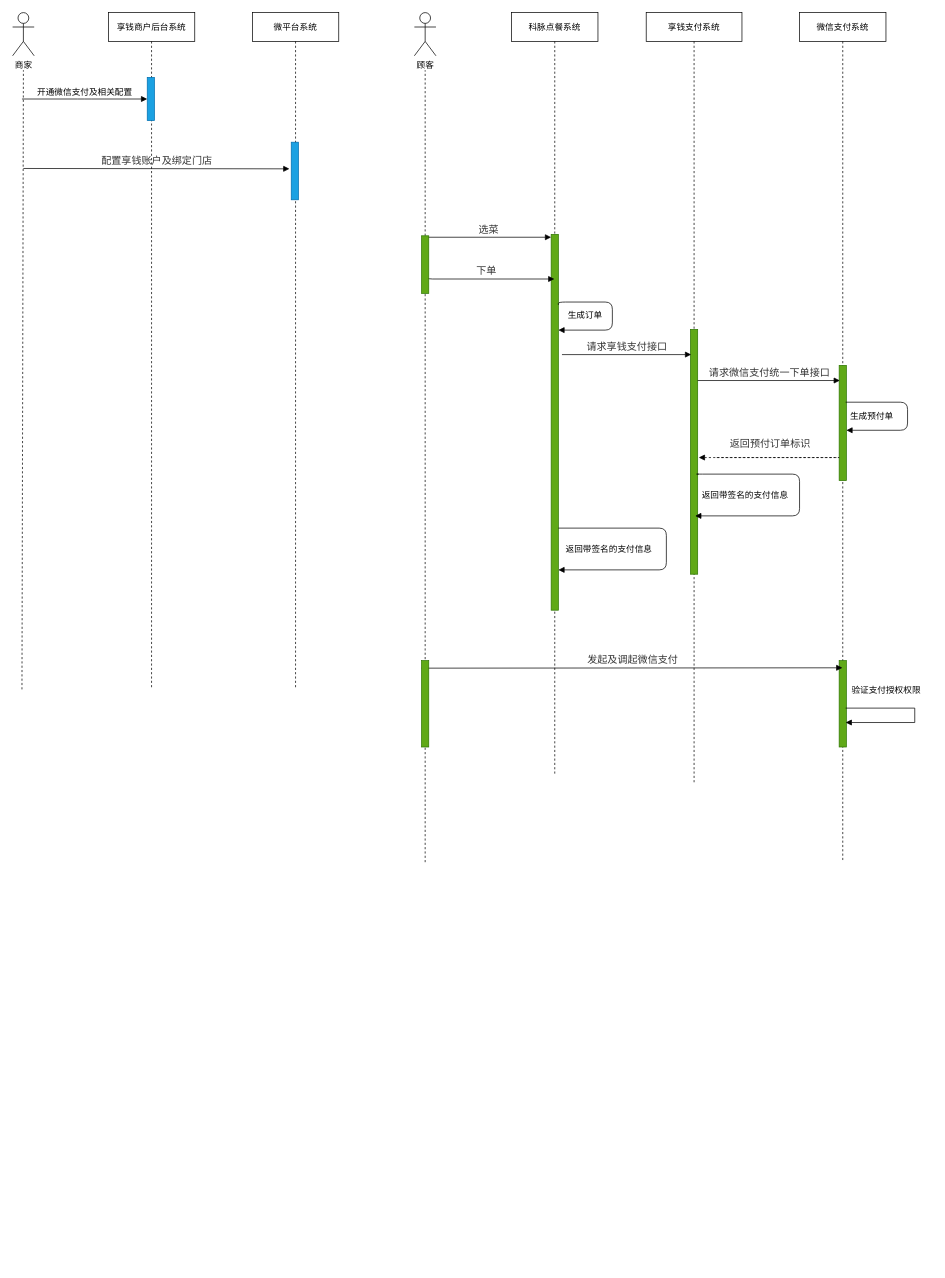
Above: Kemai/享钱支付顺序图.drawio in noobwu/diagrams (draw.io), before the change. Source tidied: cells renumbered, new cells numbered last; positions are measured from the earlier drawing's top-left corner, leaving out a move shared by most shapes. Both pictures are drawn from the tidied source at 72%, with x=0, y=0 at pixel (12, 12).
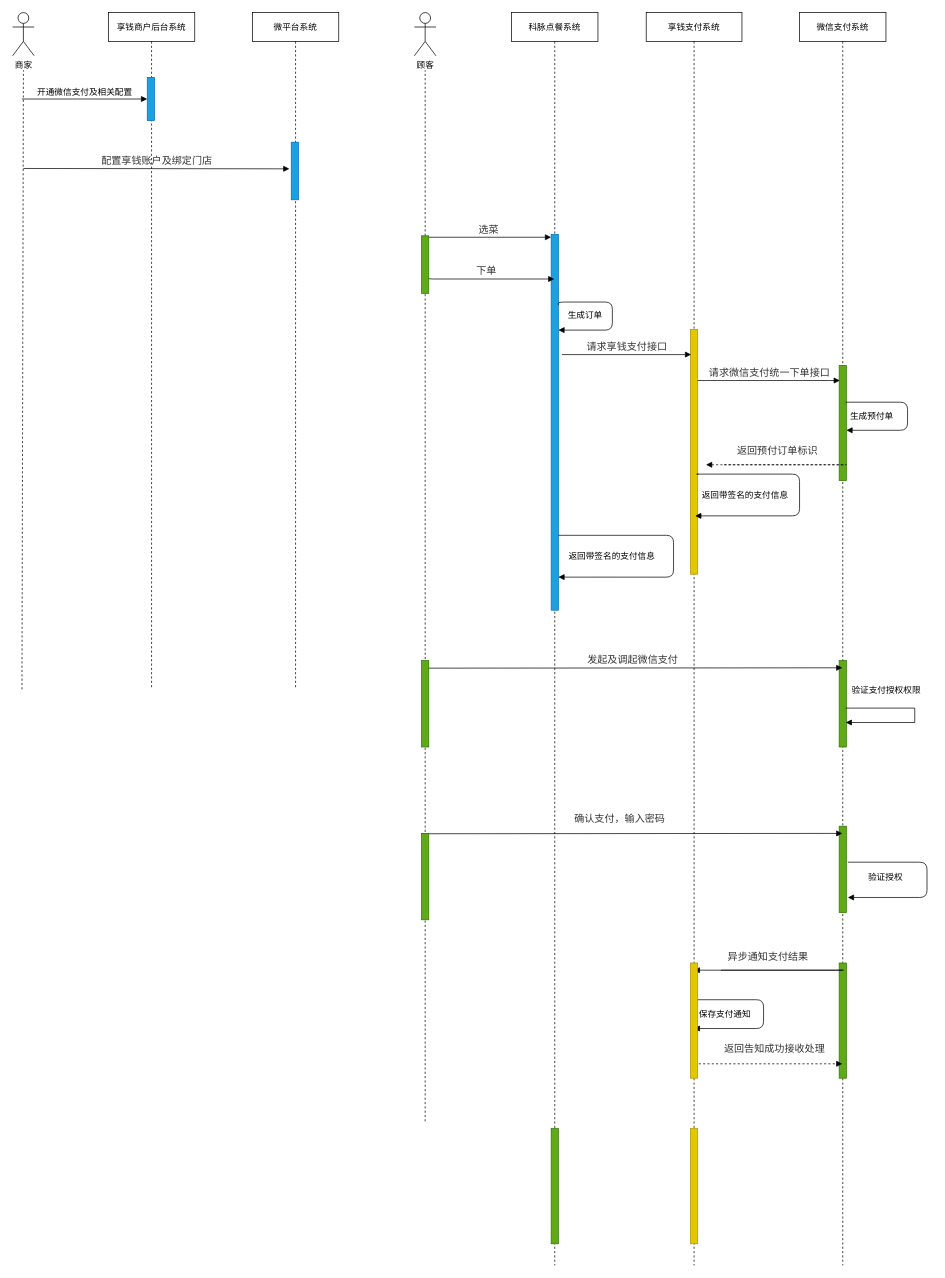
The same diagram, later.

Commit message (it also covers changes not shown here):
更新享钱支付顺序图.drawio

The change refers to these unchanged cells:
```xml
<mxCell id="18" style="html=1;points=[];perimeter=orthogonalPerimeter;fillColor=#60a917;strokeColor=#2D7600;fontColor=#ffffff;" parent="1" vertex="1">
  <mxGeometry x="568" y="310" width="10" height="80" as="geometry" />
</mxCell>
```

What changed in the source:
```diff
@@
     <mxCell id="4" value="科脉点餐系统" style="shape=umlLifeline;perimeter=lifelinePerimeter;whiteSpace=wrap;html=1;outlineConnect=0;" parent="1" vertex="1">
-      <mxGeometry x="693" width="120" height="1060" as="geometry" />
+      <mxGeometry x="693" width="120" height="1740" as="geometry" />
     </mxCell>
-    <mxCell id="5" style="html=1;points=[];perimeter=orthogonalPerimeter;fillColor=#60a917;strokeColor=#2D7600;fontColor=#ffffff;" parent="4" vertex="1">
+    <mxCell id="5" style="html=1;points=[];perimeter=orthogonalPerimeter;fillColor=#1ba1e2;strokeColor=#006EAF;fontColor=#ffffff;" parent="4" vertex="1">
       <mxGeometry x="55" y="308" width="10" height="522" as="geometry" />
     </mxCell>
-    <mxCell id="6" value="返回带签名的支付信息" style="html=1;verticalAlign=bottom;endArrow=block;labelBackgroundColor=#ffffff;fontFamily=Verdana;fontSize=12;elbow=vertical;edgeStyle=orthogonalEdgeStyle;rounded=1;" parent="4" edge="1">
-      <mxGeometry x="0.61" y="-19" relative="1" as="geometry">
-        <mxPoint x="65" y="716" as="sourcePoint" />
-        <mxPoint x="65" y="774" as="targetPoint" />
-        <Array as="points">
-          <mxPoint x="65" y="716" />
-          <mxPoint x="215" y="716" />
-          <mxPoint x="215" y="774" />
-        </Array>
-      </mxGeometry>
-    </mxCell>
@@
+    <mxCell id="33" style="html=1;perimeter=orthogonalPerimeter;fillColor=#60a917;strokeColor=#2D7600;fontColor=#ffffff;" parent="4" vertex="1">
+      <mxGeometry x="55" y="1550" width="10" height="160" as="geometry" />
+    </mxCell>
+    <mxCell id="34" value="返回带签名的支付信息" style="html=1;verticalAlign=bottom;endArrow=block;labelBackgroundColor=#ffffff;fontFamily=Verdana;fontSize=12;elbow=vertical;edgeStyle=orthogonalEdgeStyle;rounded=1;entryX=1;entryY=0.912;entryDx=0;entryDy=0;entryPerimeter=0;" parent="4" edge="1" source="5" target="5">
+      <mxGeometry x="0.61" y="-19" relative="1" as="geometry">
+        <Array as="points">
+          <mxPoint x="225" y="726" />
+          <mxPoint x="225" y="784" />
+        </Array>
+      </mxGeometry>
+    </mxCell>
@@
     <mxCell id="19" style="endArrow=none;dashed=1;html=1;" parent="1" edge="1" target="18">
       <mxGeometry relative="1" as="geometry">
-        <mxPoint x="573" y="1180" as="sourcePoint" />
+        <mxPoint x="573" y="1540" as="sourcePoint" />
       </mxGeometry>
     </mxCell>
     <mxCell id="20" value="微信支付系统" style="shape=umlLifeline;perimeter=lifelinePerimeter;whiteSpace=wrap;html=1;outlineConnect=0;" parent="1" vertex="1">
-      <mxGeometry x="1093" width="120" height="1180" as="geometry" />
+      <mxGeometry x="1093" width="120" height="1740" as="geometry" />
     </mxCell>
@@
+    <mxCell id="35" style="html=1;perimeter=orthogonalPerimeter;fillColor=#60a917;strokeColor=#2D7600;fontColor=#ffffff;" parent="20" vertex="1">
+      <mxGeometry x="55" y="1130" width="10" height="120" as="geometry" />
+    </mxCell>
+    <mxCell id="36" style="html=1;perimeter=orthogonalPerimeter;fillColor=#60a917;strokeColor=#2D7600;fontColor=#ffffff;" parent="20" vertex="1">
+      <mxGeometry x="55" y="1320" width="10" height="160" as="geometry" />
+    </mxCell>
     <mxCell id="24" value="享钱支付系统" style="shape=umlLifeline;perimeter=lifelinePerimeter;whiteSpace=wrap;html=1;outlineConnect=0;" parent="1" vertex="1">
-      <mxGeometry x="880" width="133" height="1070" as="geometry" />
+      <mxGeometry x="880" width="133" height="1740" as="geometry" />
     </mxCell>
-    <mxCell id="25" style="html=1;points=[];perimeter=orthogonalPerimeter;fillColor=#60a917;strokeColor=#2D7600;fontColor=#ffffff;" parent="24" vertex="1">
+    <mxCell id="25" style="html=1;points=[];perimeter=orthogonalPerimeter;fillColor=#e3c800;strokeColor=#B09500;fontColor=#ffffff;" parent="24" vertex="1">
       <mxGeometry x="61.5" y="440" width="10" height="340" as="geometry" />
     </mxCell>
+    <mxCell id="37" style="html=1;perimeter=orthogonalPerimeter;fillColor=#e3c800;strokeColor=#B09500;fontColor=#ffffff;" parent="24" vertex="1">
+      <mxGeometry x="61.5" y="1550" width="10" height="160" as="geometry" />
+    </mxCell>
@@
-    <mxCell id="30" value="&lt;div style=&quot;text-align: left&quot;&gt;&lt;font color=&quot;#333333&quot;&gt;&lt;span style=&quot;font-size: 14px&quot;&gt;返回预付订单标识&lt;/span&gt;&lt;/font&gt;&lt;/div&gt;" style="html=1;verticalAlign=bottom;endArrow=block;labelBackgroundColor=none;fontFamily=Verdana;fontSize=12;edgeStyle=elbowEdgeStyle;elbow=vertical;dashed=1;" parent="1" edge="1">
+    <mxCell id="30" value="&lt;div style=&quot;text-align: left&quot;&gt;&lt;font color=&quot;#333333&quot;&gt;&lt;span style=&quot;font-size: 14px&quot;&gt;异步通知支付结果&lt;/span&gt;&lt;/font&gt;&lt;/div&gt;" style="html=1;verticalAlign=bottom;endArrow=block;labelBackgroundColor=none;fontFamily=Verdana;fontSize=12;edgeStyle=elbowEdgeStyle;elbow=vertical;" parent="1" edge="1" target="24">
       <mxGeometry x="0.47" y="-8" relative="1" as="geometry">
-        <mxPoint x="978" y="618" as="sourcePoint" />
-        <mxPoint x="953" y="618" as="targetPoint" />
+        <mxPoint x="984" y="1330" as="sourcePoint" />
         <Array as="points">
-          <mxPoint x="1153" y="618" />
+          <mxPoint x="1159" y="1330" />
         </Array>
       </mxGeometry>
     </mxCell>
@@
+    <mxCell id="38" value="&lt;div style=&quot;text-align: left&quot;&gt;&lt;font color=&quot;#333333&quot;&gt;&lt;span style=&quot;font-size: 14px&quot;&gt;确认支付，输入密码&lt;/span&gt;&lt;/font&gt;&lt;/div&gt;" style="html=1;verticalAlign=bottom;endArrow=block;labelBackgroundColor=none;fontFamily=Verdana;fontSize=12;edgeStyle=elbowEdgeStyle;elbow=vertical;" parent="1" edge="1">
+      <mxGeometry x="-0.06" y="10" relative="1" as="geometry">
+        <mxPoint x="568" y="1140.5" as="sourcePoint" />
+        <mxPoint x="1152.5" y="1140" as="targetPoint" />
+        <Array as="points">
+          <mxPoint x="648" y="1140" />
+        </Array>
+      </mxGeometry>
+    </mxCell>
+    <mxCell id="39" style="html=1;perimeter=orthogonalPerimeter;fillColor=#60a917;strokeColor=#2D7600;fontColor=#ffffff;" parent="1" vertex="1">
+      <mxGeometry x="568" y="1140" width="10" height="120" as="geometry" />
+    </mxCell>
+    <mxCell id="40" value="验证授权" style="html=1;verticalAlign=bottom;endArrow=block;labelBackgroundColor=#ffffff;fontFamily=Verdana;fontSize=12;elbow=vertical;edgeStyle=orthogonalEdgeStyle;rounded=1;jumpStyle=sharp;exitX=0.5;exitY=0.417;exitDx=0;exitDy=0;exitPerimeter=0;" parent="1" edge="1">
+      <mxGeometry x="0.61" y="-19" relative="1" as="geometry">
+        <mxPoint x="1160" y="1180" as="sourcePoint" />
+        <mxPoint x="1160" y="1229" as="targetPoint" />
+        <Array as="points">
+          <mxPoint x="1270" y="1180" />
+          <mxPoint x="1270" y="1229" />
+        </Array>
+      </mxGeometry>
+    </mxCell>
+    <mxCell id="41" value="&lt;div style=&quot;text-align: left&quot;&gt;&lt;font color=&quot;#333333&quot;&gt;&lt;span style=&quot;font-size: 14px&quot;&gt;返回预付订单标识&lt;/span&gt;&lt;/font&gt;&lt;/div&gt;" style="html=1;verticalAlign=bottom;endArrow=block;labelBackgroundColor=none;fontFamily=Verdana;fontSize=12;edgeStyle=elbowEdgeStyle;elbow=vertical;dashed=1;" parent="1" edge="1">
+      <mxGeometry x="0.47" y="-8" relative="1" as="geometry">
+        <mxPoint x="988" y="628" as="sourcePoint" />
+        <mxPoint x="963" y="628" as="targetPoint" />
+        <Array as="points">
+          <mxPoint x="1163" y="628" />
+        </Array>
+      </mxGeometry>
+    </mxCell>
+    <mxCell id="6" value="保存支付通知" style="html=1;verticalAlign=bottom;endArrow=block;labelBackgroundColor=#ffffff;fontFamily=Verdana;fontSize=12;elbow=vertical;edgeStyle=orthogonalEdgeStyle;rounded=1;" parent="1" edge="1">
+      <mxGeometry x="0.63" y="-10" relative="1" as="geometry">
+        <mxPoint x="946" y="1371" as="sourcePoint" />
+        <mxPoint x="946" y="1411" as="targetPoint" />
+        <Array as="points">
+          <mxPoint x="1043" y="1371" />
+          <mxPoint x="1043" y="1411" />
+        </Array>
+      </mxGeometry>
+    </mxCell>
+    <mxCell id="42" value="&lt;div style=&quot;text-align: left&quot;&gt;&lt;font color=&quot;#333333&quot;&gt;&lt;span style=&quot;font-size: 14px&quot;&gt;返回告知成功接收处理&lt;/span&gt;&lt;/font&gt;&lt;/div&gt;" style="html=1;verticalAlign=bottom;endArrow=block;labelBackgroundColor=none;fontFamily=Verdana;fontSize=12;edgeStyle=elbowEdgeStyle;elbow=vertical;dashed=1;" parent="1" edge="1" target="20">
+      <mxGeometry x="0.05" y="10" relative="1" as="geometry">
+        <mxPoint x="953" y="1460" as="sourcePoint" />
+        <Array as="points">
+          <mxPoint x="1003" y="1460" />
+        </Array>
+      </mxGeometry>
+    </mxCell>
+    <mxCell id="43" style="html=1;perimeter=orthogonalPerimeter;fillColor=#e3c800;strokeColor=#B09500;fontColor=#ffffff;" parent="1" vertex="1">
+      <mxGeometry x="941.5" y="1320" width="10" height="160" as="geometry" />
+    </mxCell>
```
